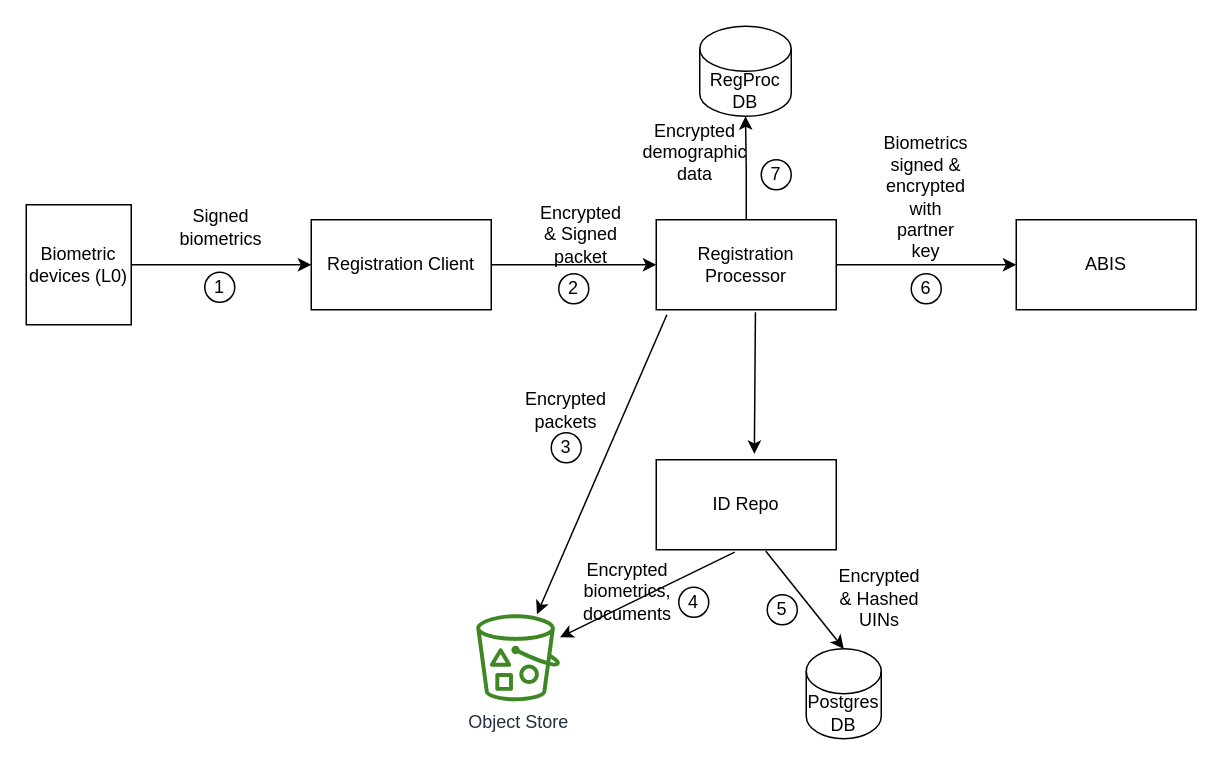
Above: docs/_images/cryptography-registration-flow.drawio in mosip/documentation (draw.io), before the change. Source tidied: cells renumbered, new cells numbered last; positions are measured from the earlier drawing's top-left corner, leaving out a move shared by most shapes. Both pictures are drawn from the tidied source at 150%, with x=0, y=0 at pixel (26, 26).
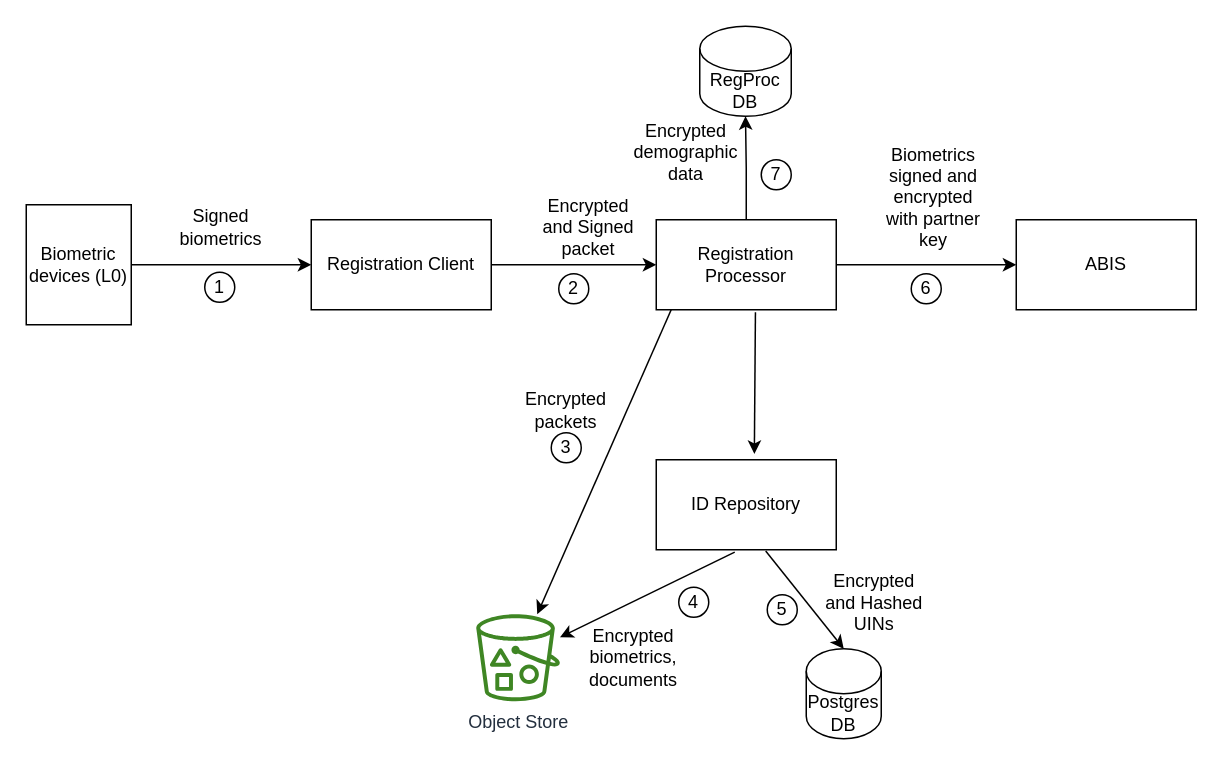
The same diagram, later.

The change refers to these unchanged cells:
```xml
<mxCell id="8" value="Registration Processor" style="rounded=0;whiteSpace=wrap;html=1;" parent="1" vertex="1">
  <mxGeometry x="420" y="129" width="120" height="60" as="geometry" />
</mxCell>
<mxCell id="15" value="Object Store" style="sketch=0;outlineConnect=0;fontColor=#232F3E;gradientColor=none;fillColor=#3F8624;strokeColor=none;dashed=0;verticalLabelPosition=bottom;verticalAlign=top;align=center;html=1;fontSize=12;fontStyle=0;shape=mxgraph.aws4.bucket_with_objects;" parent="1" vertex="1">
  <mxGeometry x="300" y="392" width="55.8" height="58" as="geometry" />
</mxCell>
```

Change to the diagram source:
```diff
@@
-    <mxCell id="10" value="Encrypted &amp;amp; Signed packet" style="text;html=1;strokeColor=none;fillColor=none;align=center;verticalAlign=middle;whiteSpace=wrap;rounded=0;" parent="1" vertex="1">
-      <mxGeometry x="340" y="124" width="60" height="30" as="geometry" />
+    <mxCell id="10" value="Encrypted and Signed packet" style="text;html=1;strokeColor=none;fillColor=none;align=center;verticalAlign=middle;whiteSpace=wrap;rounded=0;" parent="1" vertex="1">
+      <mxGeometry x="340" y="119" width="70" height="30" as="geometry" />
     </mxCell>
@@
-    <mxCell id="13" value="ID Repo" style="rounded=0;whiteSpace=wrap;html=1;" parent="1" vertex="1">
+    <mxCell id="13" value="ID Repository" style="rounded=0;whiteSpace=wrap;html=1;" parent="1" vertex="1">
       <mxGeometry x="420" y="289" width="120" height="60" as="geometry" />
     </mxCell>
@@
     <mxCell id="18" value="Encrypted biometrics, documents" style="text;html=1;strokeColor=none;fillColor=none;align=center;verticalAlign=middle;whiteSpace=wrap;rounded=0;" parent="1" vertex="1">
-      <mxGeometry x="371" y="362" width="60" height="30" as="geometry" />
+      <mxGeometry x="375" y="406" width="60" height="30" as="geometry" />
     </mxCell>
@@
-    <mxCell id="20" value="&lt;br&gt;Encrypted &amp;amp; Hashed UINs" style="text;html=1;strokeColor=none;fillColor=none;align=center;verticalAlign=middle;whiteSpace=wrap;rounded=0;" parent="1" vertex="1">
-      <mxGeometry x="539" y="359" width="60" height="30" as="geometry" />
+    <mxCell id="20" value="&lt;br&gt;Encrypted and Hashed UINs" style="text;html=1;strokeColor=none;fillColor=none;align=center;verticalAlign=middle;whiteSpace=wrap;rounded=0;" parent="1" vertex="1">
+      <mxGeometry x="530" y="362" width="71" height="30" as="geometry" />
     </mxCell>
@@
-    <mxCell id="24" value="Biometrics signed &amp;amp; encrypted with partner key" style="text;html=1;strokeColor=none;fillColor=none;align=center;verticalAlign=middle;whiteSpace=wrap;rounded=0;" parent="1" vertex="1">
-      <mxGeometry x="570" y="99" width="60" height="30" as="geometry" />
+    <mxCell id="24" value="Biometrics signed and encrypted with partner key" style="text;html=1;strokeColor=none;fillColor=none;align=center;verticalAlign=middle;whiteSpace=wrap;rounded=0;" parent="1" vertex="1">
+      <mxGeometry x="570" y="99" width="70" height="30" as="geometry" />
     </mxCell>
@@
-    <mxCell id="26" style="endArrow=classic;html=1;rounded=0;exitX=0.059;exitY=1.056;exitDx=0;exitDy=0;exitPerimeter=0;" parent="1" edge="1" source="8" target="15">
+    <mxCell id="26" style="endArrow=classic;html=1;rounded=0;exitX=0.083;exitY=1;exitDx=0;exitDy=0;exitPerimeter=0;" parent="1" edge="1" source="8" target="15">
       <mxGeometry relative="1" as="geometry" />
     </mxCell>
@@
     <mxCell id="30" value="Encrypted demographic data" style="text;html=1;strokeColor=none;fillColor=none;align=center;verticalAlign=middle;whiteSpace=wrap;rounded=0;" parent="1" vertex="1">
-      <mxGeometry x="416" y="69" width="60" height="30" as="geometry" />
+      <mxGeometry x="410" y="69" width="60" height="30" as="geometry" />
     </mxCell>
```
